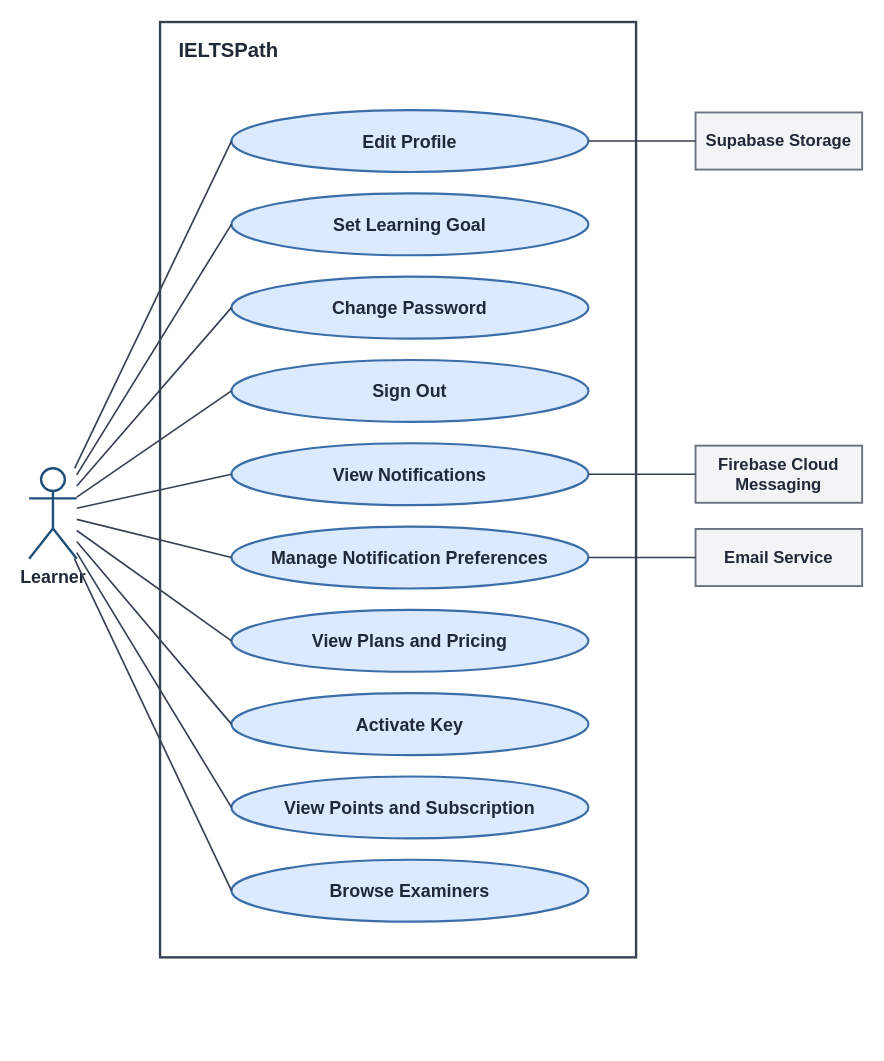
Earlier version of the draw.io diagram report-3-software-requirement-specification/diagrams/use-cases/uc-02-learner-account.drawio (IeltsPath-Platform/report). Source tidied: cells renumbered, new cells numbered last; positions are measured from the earlier drawing's top-left corner, leaving out a move shared by most shapes. Both pictures are drawn from the tidied source at 119%, with x=0, y=0 at pixel (29, 21).
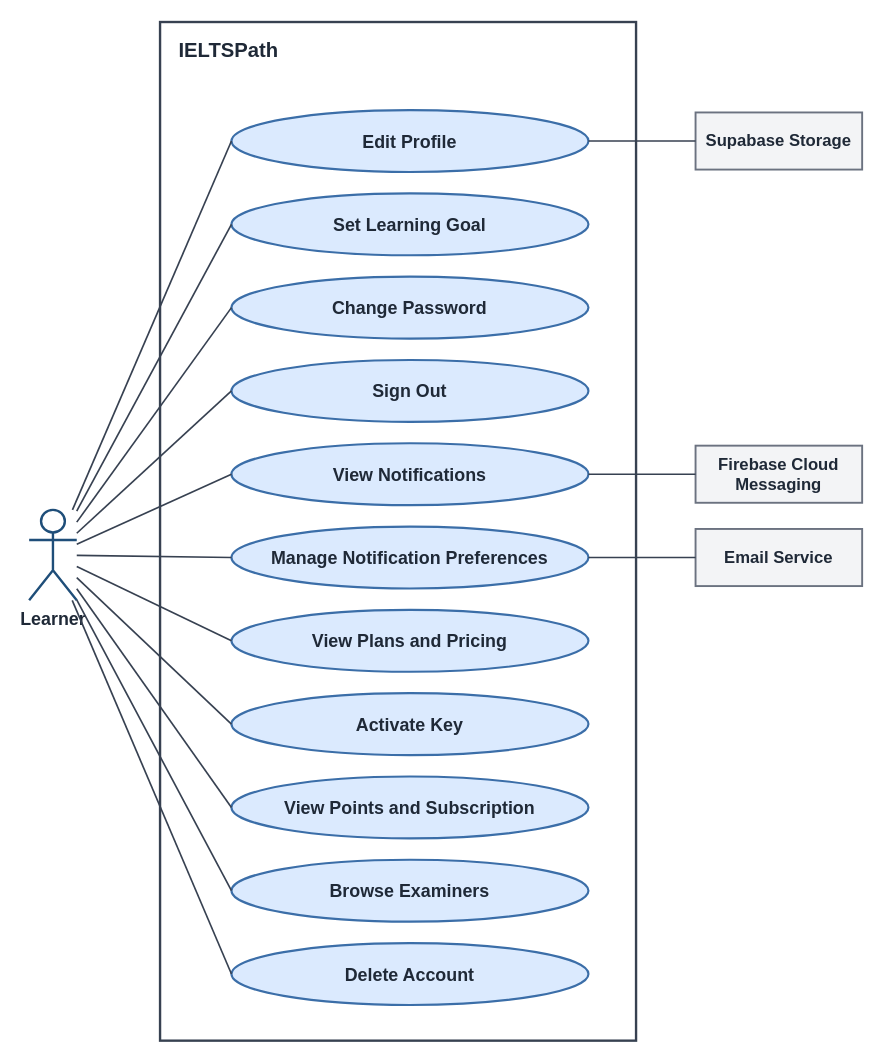
After the change.

What changed in the source:
```diff
@@
     <mxCell id="2" value="IELTSPath" style="rounded=0;html=1;fillColor=none;strokeColor=#374151;strokeWidth=2;verticalAlign=top;align=left;spacingLeft=14;spacingTop=8;fontStyle=1;fontSize=17;fontColor=#1f2937;" parent="1" vertex="1">
-      <mxGeometry x="110" width="400" height="786" as="geometry" />
+      <mxGeometry x="110" width="400" height="856" as="geometry" />
     </mxCell>
@@
+    <mxCell id="30" value="Delete Account" style="ellipse;whiteSpace=wrap;html=1;fillColor=#dbeafe;strokeColor=#3b6ea8;strokeWidth=1.8;fontStyle=1;fontSize=15;fontColor=#1f2937;" parent="1" vertex="1">
+      <mxGeometry x="170" y="774" width="300" height="52" as="geometry" />
+    </mxCell>
     <mxCell id="13" value="Learner" style="shape=umlActor;verticalLabelPosition=bottom;verticalAlign=top;html=1;outlineConnect=0;strokeColor=#1f4e79;strokeWidth=2;fontStyle=1;fontSize=15;fontColor=#1f2937;" parent="1" vertex="1">
-      <mxGeometry y="375" width="40" height="76" as="geometry" />
+      <mxGeometry y="410" width="40" height="76" as="geometry" />
     </mxCell>
@@
+    <mxCell id="31" style="endArrow=none;html=1;strokeColor=#374151;strokeWidth=1.4;entryX=0;entryY=0.5;entryDx=0;entryDy=0;" parent="1" edge="1" source="13" target="30">
+      <mxGeometry relative="1" as="geometry" />
+    </mxCell>
```
